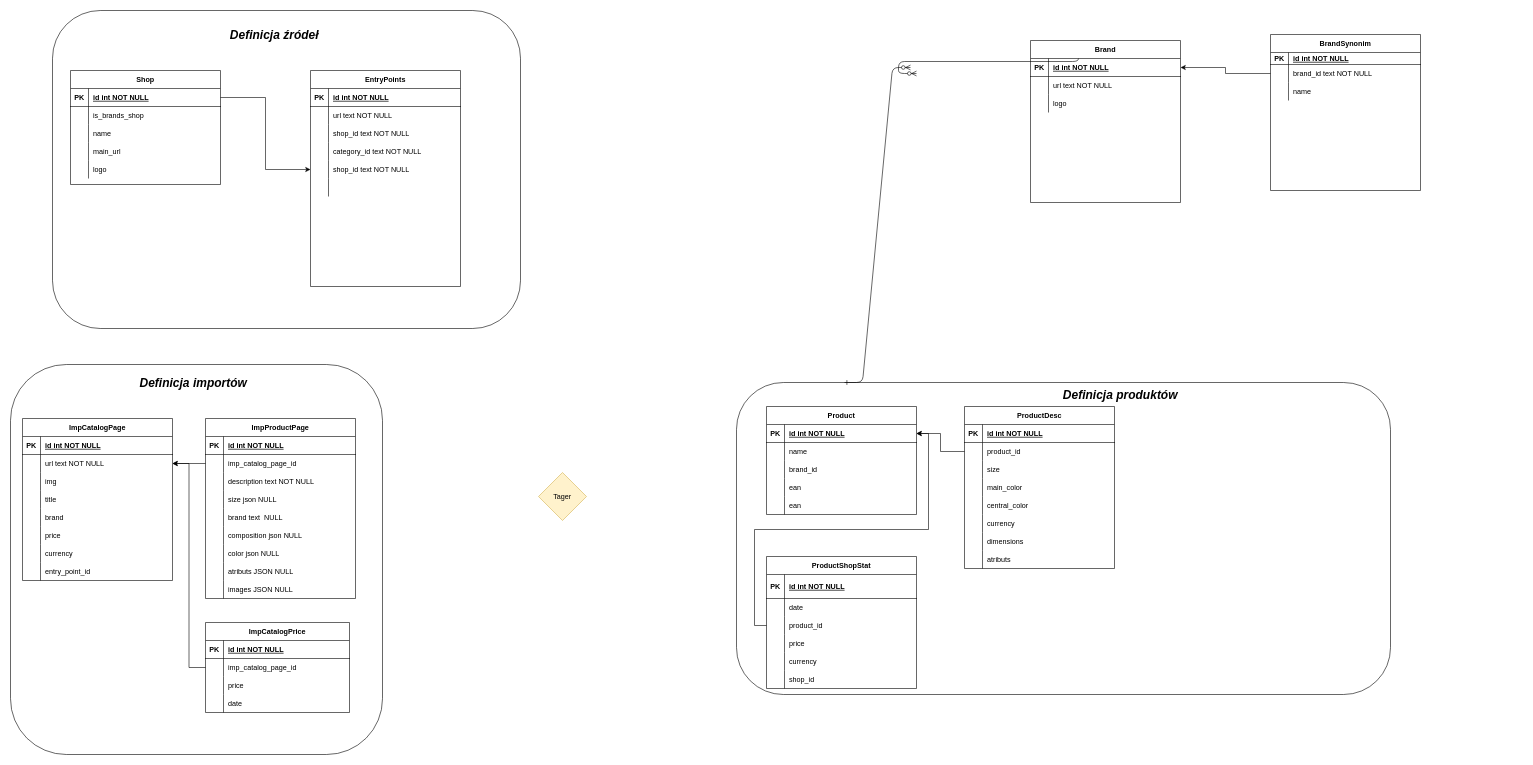
This is new_db_str.drawio from proozack/price, a draw.io file, before an edit. Source tidied: cells renumbered, new cells numbered last; positions are measured from the earlier drawing's top-left corner, leaving out a move shared by most shapes. Both pictures are drawn from the tidied source at 60%, with x=0, y=0 at pixel (10, 10).
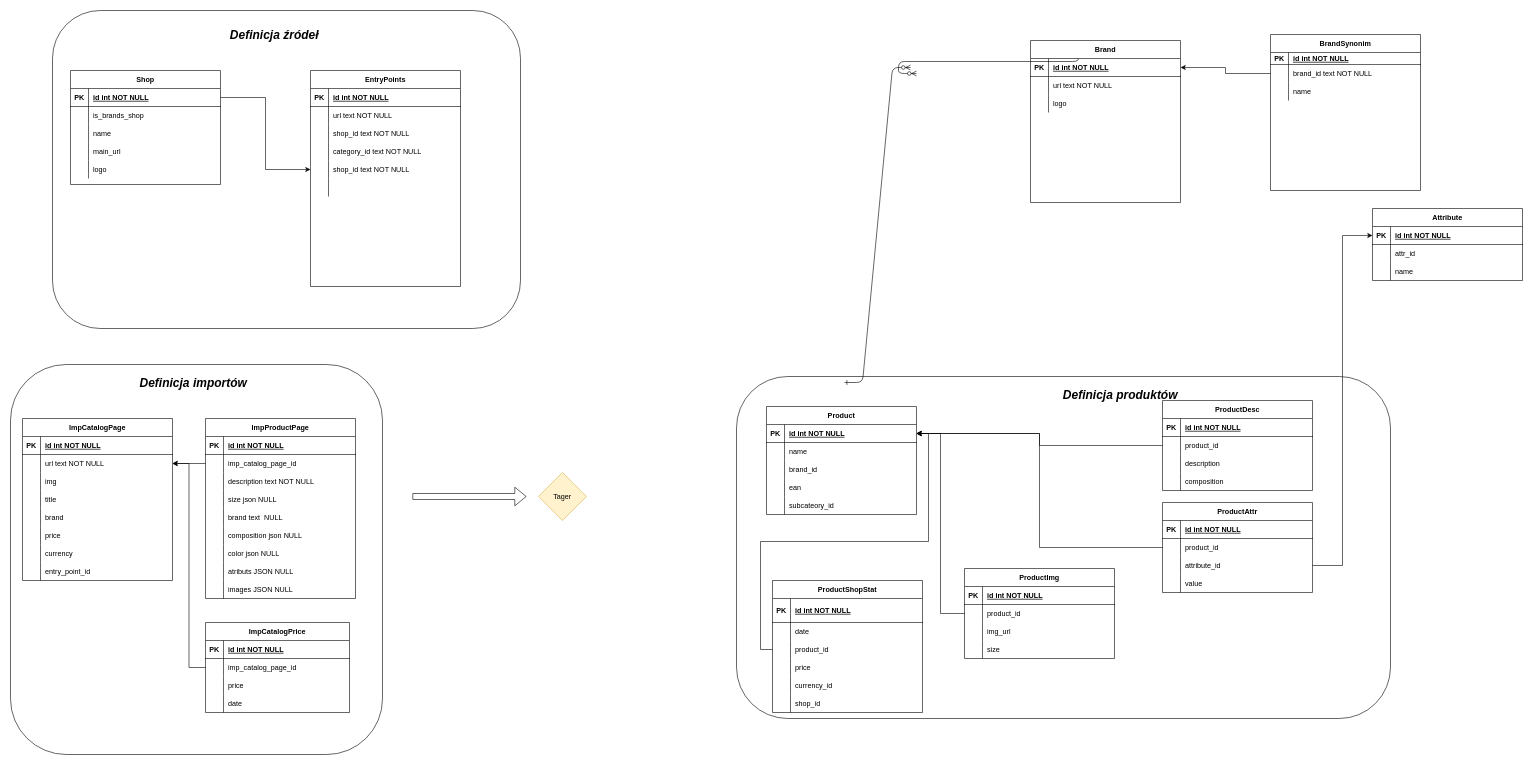
After the change.

Commit message:
dodanie atrybutów

The change refers to these unchanged cells:
```xml
<mxCell id="90" value="Product" style="shape=table;startSize=30;childLayout=tableLayout;rowLines=0;fontStyle=1;align=center;" parent="1" vertex="1">
  <mxGeometry x="1260" y="660" width="250" height="180" as="geometry" />
</mxCell>
<mxCell id="91" style="shape=partialRectangle;fillColor=none;points=[[0,0.5],[1,0.5]];portConstraint=eastwest;top=0;left=0;right=0;bottom=1;" parent="90" vertex="1">
  <mxGeometry y="30" width="250" height="30" as="geometry" />
</mxCell>
<mxCell id="119" style="shape=partialRectangle;fillColor=none;top=0;left=0;right=0;bottom=0;" parent="106" vertex="1">
  <mxGeometry y="160" width="250" height="30" as="geometry" />
</mxCell>
```

The edit, as a diff of the source:
```diff
@@
     <mxCell id="2" style="rounded=1;whiteSpace=wrap;html=1;" parent="1" vertex="1">
-      <mxGeometry x="1210" y="620" width="1090" height="520" as="geometry" />
+      <mxGeometry x="1210" y="610" width="1090" height="570" as="geometry" />
     </mxCell>
@@
-    <mxCell id="103" style="shape=partialRectangle;fillColor=none;top=0;left=0;right=0;bottom=0;" parent="90" vertex="1">
-      <mxGeometry y="150" width="250" height="30" as="geometry" />
-    </mxCell>
-    <mxCell id="104" style="shape=partialRectangle;overflow=hidden;fillColor=none;top=0;left=0;bottom=0;right=0;" parent="103" vertex="1">
-      <mxGeometry width="30" height="30" as="geometry" />
-    </mxCell>
-    <mxCell id="105" value="ean" style="shape=partialRectangle;overflow=hidden;fillColor=none;top=0;left=0;bottom=0;right=0;align=left;spacingLeft=6;" parent="103" vertex="1">
-      <mxGeometry x="30" width="220" height="30" as="geometry" />
-    </mxCell>
+    <mxCell id="198" style="shape=partialRectangle;fillColor=none;top=0;left=0;right=0;bottom=0;" parent="90" vertex="1">
+      <mxGeometry y="150" width="250" height="30" as="geometry" />
+    </mxCell>
+    <mxCell id="199" style="shape=partialRectangle;overflow=hidden;fillColor=none;top=0;left=0;bottom=0;right=0;" parent="198" vertex="1">
+      <mxGeometry width="30" height="30" as="geometry" />
+    </mxCell>
+    <mxCell id="200" value="subcateory_id" style="shape=partialRectangle;overflow=hidden;fillColor=none;top=0;left=0;bottom=0;right=0;align=left;spacingLeft=6;" parent="198" vertex="1">
+      <mxGeometry x="30" width="220" height="30" as="geometry" />
+    </mxCell>
     <mxCell id="106" value="ProductShopStat" style="shape=table;startSize=30;childLayout=tableLayout;rowLines=0;fontStyle=1;align=center;" parent="1" vertex="1">
-      <mxGeometry x="1260" y="910" width="250" height="220" as="geometry" />
+      <mxGeometry x="1270" y="950" width="250" height="220" as="geometry" />
     </mxCell>
@@
-    <mxCell id="121" value="currency" style="shape=partialRectangle;overflow=hidden;fillColor=none;top=0;left=0;bottom=0;right=0;align=left;spacingLeft=6;" parent="119" vertex="1">
+    <mxCell id="121" value="currency_id" style="shape=partialRectangle;overflow=hidden;fillColor=none;top=0;left=0;bottom=0;right=0;align=left;spacingLeft=6;" parent="119" vertex="1">
       <mxGeometry x="30" width="220" height="30" as="geometry" />
     </mxCell>
@@
     <mxCell id="154" value="ProductDesc" style="shape=table;startSize=30;childLayout=tableLayout;rowLines=0;fontStyle=1;align=center;" parent="1" vertex="1">
-      <mxGeometry x="1590" y="660" width="250" height="270" as="geometry" />
+      <mxGeometry x="1920" y="650" width="250" height="150" as="geometry" />
     </mxCell>
@@
-    <mxCell id="161" style="shape=partialRectangle;fillColor=none;top=0;left=0;right=0;bottom=0;" parent="154" vertex="1">
-      <mxGeometry y="90" width="250" height="30" as="geometry" />
-    </mxCell>
-    <mxCell id="162" style="shape=partialRectangle;overflow=hidden;fillColor=none;top=0;left=0;bottom=0;right=0;" parent="161" vertex="1">
-      <mxGeometry width="30" height="30" as="geometry" />
-    </mxCell>
-    <mxCell id="163" value="size" style="shape=partialRectangle;overflow=hidden;fillColor=none;top=0;left=0;bottom=0;right=0;align=left;spacingLeft=6;" parent="161" vertex="1">
-      <mxGeometry x="30" width="220" height="30" as="geometry" />
-    </mxCell>
-    <mxCell id="164" style="shape=partialRectangle;fillColor=none;top=0;left=0;right=0;bottom=0;" parent="154" vertex="1">
-      <mxGeometry y="120" width="250" height="30" as="geometry" />
-    </mxCell>
-    <mxCell id="165" style="shape=partialRectangle;overflow=hidden;fillColor=none;top=0;left=0;bottom=0;right=0;" parent="164" vertex="1">
-      <mxGeometry width="30" height="30" as="geometry" />
-    </mxCell>
-    <mxCell id="166" value="main_color" style="shape=partialRectangle;overflow=hidden;fillColor=none;top=0;left=0;bottom=0;right=0;align=left;spacingLeft=6;" parent="164" vertex="1">
-      <mxGeometry x="30" width="220" height="30" as="geometry" />
-    </mxCell>
-    <mxCell id="167" style="shape=partialRectangle;fillColor=none;top=0;left=0;right=0;bottom=0;" parent="154" vertex="1">
-      <mxGeometry y="150" width="250" height="30" as="geometry" />
-    </mxCell>
-    <mxCell id="168" style="shape=partialRectangle;overflow=hidden;fillColor=none;top=0;left=0;bottom=0;right=0;" parent="167" vertex="1">
-      <mxGeometry width="30" height="30" as="geometry" />
-    </mxCell>
-    <mxCell id="169" value="central_color" style="shape=partialRectangle;overflow=hidden;fillColor=none;top=0;left=0;bottom=0;right=0;align=left;spacingLeft=6;" parent="167" vertex="1">
-      <mxGeometry x="30" width="220" height="30" as="geometry" />
-    </mxCell>
-    <mxCell id="170" style="shape=partialRectangle;fillColor=none;top=0;left=0;right=0;bottom=0;" parent="154" vertex="1">
-      <mxGeometry y="180" width="250" height="30" as="geometry" />
-    </mxCell>
-    <mxCell id="171" style="shape=partialRectangle;overflow=hidden;fillColor=none;top=0;left=0;bottom=0;right=0;" parent="170" vertex="1">
-      <mxGeometry width="30" height="30" as="geometry" />
-    </mxCell>
-    <mxCell id="172" value="currency" style="shape=partialRectangle;overflow=hidden;fillColor=none;top=0;left=0;bottom=0;right=0;align=left;spacingLeft=6;" parent="170" vertex="1">
-      <mxGeometry x="30" width="220" height="30" as="geometry" />
-    </mxCell>
-    <mxCell id="173" style="shape=partialRectangle;fillColor=none;top=0;left=0;right=0;bottom=0;" parent="154" vertex="1">
-      <mxGeometry y="210" width="250" height="30" as="geometry" />
-    </mxCell>
-    <mxCell id="174" style="shape=partialRectangle;overflow=hidden;fillColor=none;top=0;left=0;bottom=0;right=0;" parent="173" vertex="1">
-      <mxGeometry width="30" height="30" as="geometry" />
-    </mxCell>
-    <mxCell id="175" value="dimensions" style="shape=partialRectangle;overflow=hidden;fillColor=none;top=0;left=0;bottom=0;right=0;align=left;spacingLeft=6;" parent="173" vertex="1">
-      <mxGeometry x="30" width="220" height="30" as="geometry" />
-    </mxCell>
     <mxCell id="176" style="shape=partialRectangle;fillColor=none;top=0;left=0;right=0;bottom=0;" parent="154" vertex="1">
-      <mxGeometry y="240" width="250" height="30" as="geometry" />
+      <mxGeometry y="90" width="250" height="30" as="geometry" />
     </mxCell>
@@
-    <mxCell id="178" value="atributs" style="shape=partialRectangle;overflow=hidden;fillColor=none;top=0;left=0;bottom=0;right=0;align=left;spacingLeft=6;" parent="176" vertex="1">
+    <mxCell id="178" value="description" style="shape=partialRectangle;overflow=hidden;fillColor=none;top=0;left=0;bottom=0;right=0;align=left;spacingLeft=6;" parent="176" vertex="1">
       <mxGeometry x="30" width="220" height="30" as="geometry" />
     </mxCell>
+    <mxCell id="201" style="shape=partialRectangle;fillColor=none;top=0;left=0;right=0;bottom=0;" parent="154" vertex="1">
+      <mxGeometry y="120" width="250" height="30" as="geometry" />
+    </mxCell>
+    <mxCell id="202" style="shape=partialRectangle;overflow=hidden;fillColor=none;top=0;left=0;bottom=0;right=0;" parent="201" vertex="1">
+      <mxGeometry width="30" height="30" as="geometry" />
+    </mxCell>
+    <mxCell id="203" value="composition" style="shape=partialRectangle;overflow=hidden;fillColor=none;top=0;left=0;bottom=0;right=0;align=left;spacingLeft=6;" parent="201" vertex="1">
+      <mxGeometry x="30" width="220" height="30" as="geometry" />
+    </mxCell>
@@
+    <mxCell id="204" value="ProductImg" style="shape=table;startSize=30;childLayout=tableLayout;rowLines=0;fontStyle=1;align=center;" parent="1" vertex="1">
+      <mxGeometry x="1590" y="930" width="250" height="150" as="geometry" />
+    </mxCell>
+    <mxCell id="205" style="shape=partialRectangle;fillColor=none;top=0;left=0;right=0;bottom=1;" parent="204" vertex="1">
+      <mxGeometry y="30" width="250" height="30" as="geometry" />
+    </mxCell>
+    <mxCell id="206" value="PK" style="shape=partialRectangle;overflow=hidden;fillColor=none;top=0;left=0;bottom=0;right=0;fontStyle=1;" parent="205" vertex="1">
+      <mxGeometry width="30" height="30" as="geometry" />
+    </mxCell>
+    <mxCell id="207" value="id int NOT NULL " style="shape=partialRectangle;overflow=hidden;fillColor=none;top=0;left=0;bottom=0;right=0;align=left;spacingLeft=6;fontStyle=5;" parent="205" vertex="1">
+      <mxGeometry x="30" width="220" height="30" as="geometry" />
+    </mxCell>
+    <mxCell id="208" style="shape=partialRectangle;fillColor=none;points=[[0,0.5],[1,0.5]];portConstraint=eastwest;top=0;left=0;right=0;bottom=0;" parent="204" vertex="1">
+      <mxGeometry y="60" width="250" height="30" as="geometry" />
+    </mxCell>
+    <mxCell id="209" style="shape=partialRectangle;overflow=hidden;fillColor=none;top=0;left=0;bottom=0;right=0;" parent="208" vertex="1">
+      <mxGeometry width="30" height="30" as="geometry" />
+    </mxCell>
+    <mxCell id="210" value="product_id" style="shape=partialRectangle;overflow=hidden;fillColor=none;top=0;left=0;bottom=0;right=0;align=left;spacingLeft=6;" parent="208" vertex="1">
+      <mxGeometry x="30" width="220" height="30" as="geometry" />
+    </mxCell>
+    <mxCell id="211" style="shape=partialRectangle;fillColor=none;top=0;left=0;right=0;bottom=0;" parent="204" vertex="1">
+      <mxGeometry y="90" width="250" height="30" as="geometry" />
+    </mxCell>
+    <mxCell id="212" style="shape=partialRectangle;overflow=hidden;fillColor=none;top=0;left=0;bottom=0;right=0;" parent="211" vertex="1">
+      <mxGeometry width="30" height="30" as="geometry" />
+    </mxCell>
+    <mxCell id="213" value="img_url" style="shape=partialRectangle;overflow=hidden;fillColor=none;top=0;left=0;bottom=0;right=0;align=left;spacingLeft=6;" parent="211" vertex="1">
+      <mxGeometry x="30" width="220" height="30" as="geometry" />
+    </mxCell>
+    <mxCell id="214" style="shape=partialRectangle;fillColor=none;top=0;left=0;right=0;bottom=0;" parent="204" vertex="1">
+      <mxGeometry y="120" width="250" height="30" as="geometry" />
+    </mxCell>
+    <mxCell id="215" style="shape=partialRectangle;overflow=hidden;fillColor=none;top=0;left=0;bottom=0;right=0;" parent="214" vertex="1">
+      <mxGeometry width="30" height="30" as="geometry" />
+    </mxCell>
+    <mxCell id="163" value="size" style="shape=partialRectangle;overflow=hidden;fillColor=none;top=0;left=0;bottom=0;right=0;align=left;spacingLeft=6;" parent="214" vertex="1">
+      <mxGeometry x="30" width="220" height="30" as="geometry" />
+    </mxCell>
+    <mxCell id="216" style="edgeStyle=orthogonalEdgeStyle;rounded=0;jettySize=auto;html=1;entryX=1;entryY=0.5;entryDx=0;entryDy=0;" parent="1" edge="1" source="208" target="91">
+      <mxGeometry relative="1" as="geometry" />
+    </mxCell>
+    <mxCell id="217" value="ProductAttr" style="shape=table;startSize=30;childLayout=tableLayout;rowLines=0;fontStyle=1;align=center;" parent="1" vertex="1">
+      <mxGeometry x="1920" y="820" width="250" height="150" as="geometry" />
+    </mxCell>
+    <mxCell id="218" style="shape=partialRectangle;fillColor=none;top=0;left=0;right=0;bottom=1;" parent="217" vertex="1">
+      <mxGeometry y="30" width="250" height="30" as="geometry" />
+    </mxCell>
+    <mxCell id="219" value="PK" style="shape=partialRectangle;overflow=hidden;fillColor=none;top=0;left=0;bottom=0;right=0;fontStyle=1;" parent="218" vertex="1">
+      <mxGeometry width="30" height="30" as="geometry" />
+    </mxCell>
+    <mxCell id="220" value="id int NOT NULL " style="shape=partialRectangle;overflow=hidden;fillColor=none;top=0;left=0;bottom=0;right=0;align=left;spacingLeft=6;fontStyle=5;" parent="218" vertex="1">
+      <mxGeometry x="30" width="220" height="30" as="geometry" />
+    </mxCell>
+    <mxCell id="221" style="shape=partialRectangle;fillColor=none;points=[[0,0.5],[1,0.5]];portConstraint=eastwest;top=0;left=0;right=0;bottom=0;" parent="217" vertex="1">
+      <mxGeometry y="60" width="250" height="30" as="geometry" />
+    </mxCell>
+    <mxCell id="222" style="shape=partialRectangle;overflow=hidden;fillColor=none;top=0;left=0;bottom=0;right=0;" parent="221" vertex="1">
+      <mxGeometry width="30" height="30" as="geometry" />
+    </mxCell>
+    <mxCell id="223" value="product_id" style="shape=partialRectangle;overflow=hidden;fillColor=none;top=0;left=0;bottom=0;right=0;align=left;spacingLeft=6;" parent="221" vertex="1">
+      <mxGeometry x="30" width="220" height="30" as="geometry" />
+    </mxCell>
+    <mxCell id="224" style="shape=partialRectangle;fillColor=none;points=[[0,0.5],[1,0.5]];portConstraint=eastwest;top=0;left=0;right=0;bottom=0;" parent="217" vertex="1">
+      <mxGeometry y="90" width="250" height="30" as="geometry" />
+    </mxCell>
+    <mxCell id="225" style="shape=partialRectangle;overflow=hidden;fillColor=none;top=0;left=0;bottom=0;right=0;" parent="224" vertex="1">
+      <mxGeometry width="30" height="30" as="geometry" />
+    </mxCell>
+    <mxCell id="226" value="attribute_id" style="shape=partialRectangle;overflow=hidden;fillColor=none;top=0;left=0;bottom=0;right=0;align=left;spacingLeft=6;" parent="224" vertex="1">
+      <mxGeometry x="30" width="220" height="30" as="geometry" />
+    </mxCell>
+    <mxCell id="227" style="shape=partialRectangle;fillColor=none;top=0;left=0;right=0;bottom=0;" parent="217" vertex="1">
+      <mxGeometry y="120" width="250" height="30" as="geometry" />
+    </mxCell>
+    <mxCell id="228" style="shape=partialRectangle;overflow=hidden;fillColor=none;top=0;left=0;bottom=0;right=0;" parent="227" vertex="1">
+      <mxGeometry width="30" height="30" as="geometry" />
+    </mxCell>
+    <mxCell id="229" value="value" style="shape=partialRectangle;overflow=hidden;fillColor=none;top=0;left=0;bottom=0;right=0;align=left;spacingLeft=6;" parent="227" vertex="1">
+      <mxGeometry x="30" width="220" height="30" as="geometry" />
+    </mxCell>
+    <mxCell id="230" style="edgeStyle=orthogonalEdgeStyle;rounded=0;jettySize=auto;html=1;entryX=1;entryY=0.5;entryDx=0;entryDy=0;" parent="1" edge="1" source="221" target="91">
+      <mxGeometry relative="1" as="geometry" />
+    </mxCell>
+    <mxCell id="231" value="Attribute" style="shape=table;startSize=30;childLayout=tableLayout;rowLines=0;fontStyle=1;align=center;" parent="1" vertex="1">
+      <mxGeometry x="2270" y="330" width="250" height="120" as="geometry" />
+    </mxCell>
+    <mxCell id="232" style="shape=partialRectangle;fillColor=none;points=[[0,0.5],[1,0.5]];portConstraint=eastwest;top=0;left=0;right=0;bottom=1;" parent="231" vertex="1">
+      <mxGeometry y="30" width="250" height="30" as="geometry" />
+    </mxCell>
+    <mxCell id="233" value="PK" style="shape=partialRectangle;overflow=hidden;fillColor=none;top=0;left=0;bottom=0;right=0;fontStyle=1;" parent="232" vertex="1">
+      <mxGeometry width="30" height="30" as="geometry" />
+    </mxCell>
+    <mxCell id="234" value="id int NOT NULL " style="shape=partialRectangle;overflow=hidden;fillColor=none;top=0;left=0;bottom=0;right=0;align=left;spacingLeft=6;fontStyle=5;" parent="232" vertex="1">
+      <mxGeometry x="30" width="220" height="30" as="geometry" />
+    </mxCell>
+    <mxCell id="235" style="shape=partialRectangle;fillColor=none;top=0;left=0;right=0;bottom=0;" parent="231" vertex="1">
+      <mxGeometry y="60" width="250" height="30" as="geometry" />
+    </mxCell>
+    <mxCell id="236" style="shape=partialRectangle;overflow=hidden;fillColor=none;top=0;left=0;bottom=0;right=0;" parent="235" vertex="1">
+      <mxGeometry width="30" height="30" as="geometry" />
+    </mxCell>
+    <mxCell id="237" value="attr_id" style="shape=partialRectangle;overflow=hidden;fillColor=none;top=0;left=0;bottom=0;right=0;align=left;spacingLeft=6;" parent="235" vertex="1">
+      <mxGeometry x="30" width="220" height="30" as="geometry" />
+    </mxCell>
+    <mxCell id="238" style="shape=partialRectangle;fillColor=none;top=0;left=0;right=0;bottom=0;" parent="231" vertex="1">
+      <mxGeometry y="90" width="250" height="30" as="geometry" />
+    </mxCell>
+    <mxCell id="239" style="shape=partialRectangle;overflow=hidden;fillColor=none;top=0;left=0;bottom=0;right=0;" parent="238" vertex="1">
+      <mxGeometry width="30" height="30" as="geometry" />
+    </mxCell>
+    <mxCell id="240" value="name" style="shape=partialRectangle;overflow=hidden;fillColor=none;top=0;left=0;bottom=0;right=0;align=left;spacingLeft=6;" parent="238" vertex="1">
+      <mxGeometry x="30" width="220" height="30" as="geometry" />
+    </mxCell>
+    <mxCell id="241" style="edgeStyle=orthogonalEdgeStyle;rounded=0;jettySize=auto;html=1;" parent="1" edge="1" source="224" target="232">
+      <mxGeometry relative="1" as="geometry" />
+    </mxCell>
+    <mxCell id="242" style="shape=flexArrow;endArrow=classic;html=1;" parent="1" edge="1">
+      <mxGeometry relative="1" as="geometry">
+        <mxPoint x="670" y="810" as="sourcePoint" />
+        <mxPoint x="860" y="810" as="targetPoint" />
+      </mxGeometry>
+    </mxCell>
```
